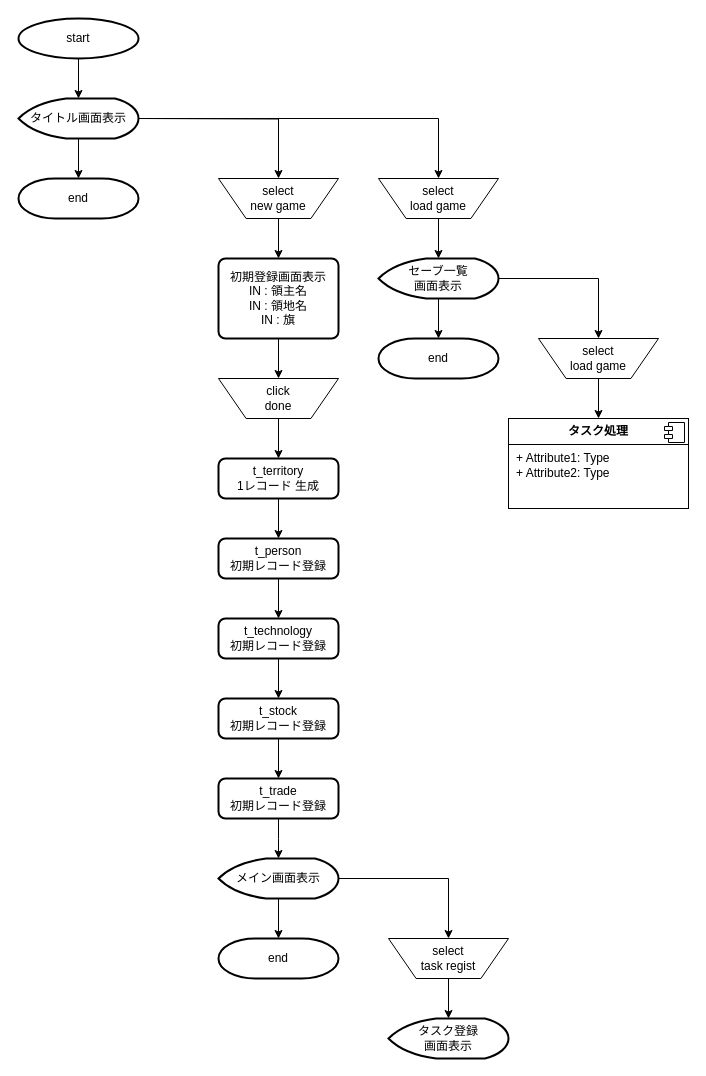
The draw.io diagram page "フローチャート" (2 of 4) of table.drawio in T-Miyaoka/geeklog, before the edit. Source tidied: cells renumbered, new cells numbered last; positions are measured from the earlier drawing's top-left corner, leaving out a move shared by most shapes. Both pictures are drawn from the tidied source at 100%, with x=0, y=0 at pixel (18, 18).
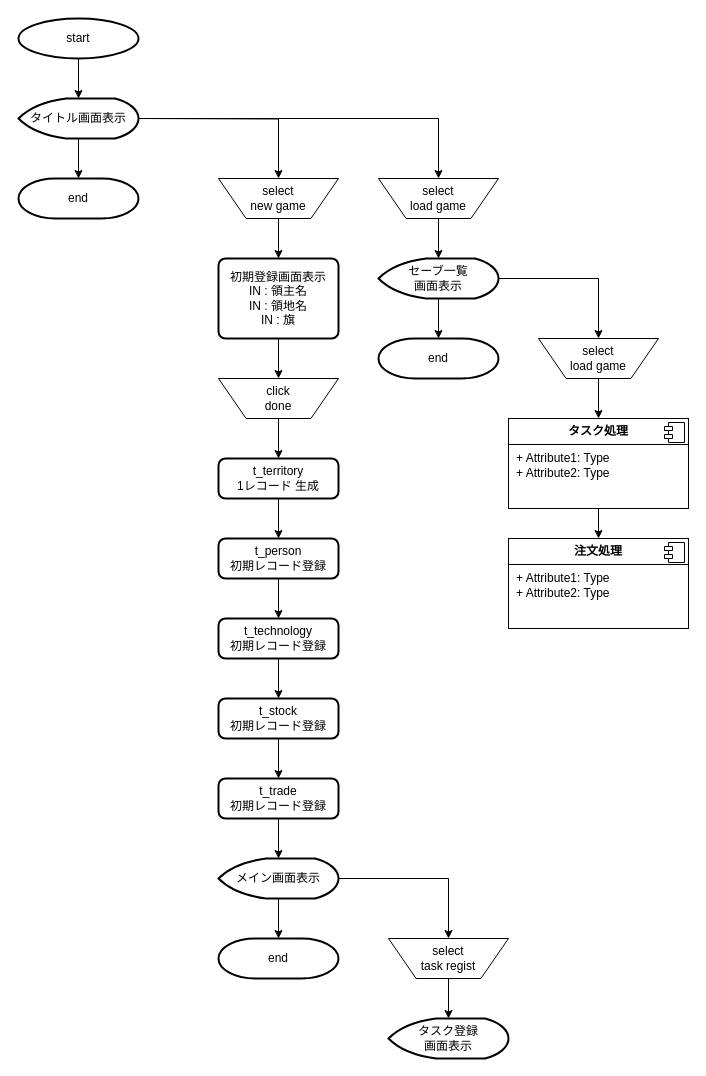
The same diagram, later.

Unchanged cells that the change refers to:
```xml
<mxCell id="36" value="&lt;p style=&quot;margin:0px;margin-top:6px;text-align:center;&quot;&gt;&lt;b&gt;タスク処理&lt;/b&gt;&lt;/p&gt;&lt;hr size=&quot;1&quot; style=&quot;border-style:solid;&quot;&gt;&lt;p style=&quot;margin:0px;margin-left:8px;&quot;&gt;+ Attribute1: Type&lt;br&gt;+ Attribute2: Type&lt;/p&gt;" style="align=left;overflow=fill;html=1;whiteSpace=wrap;" parent="1" vertex="1">
  <mxGeometry x="490" y="400" width="180" height="90" as="geometry" />
</mxCell>
```

The edit, as a diff of the source:
```diff
@@
+    <mxCell id="42" style="edgeStyle=orthogonalEdgeStyle;rounded=0;jettySize=auto;html=1;entryX=0.5;entryY=0;entryDx=0;entryDy=0;" parent="1" edge="1" source="36" target="43">
+      <mxGeometry relative="1" as="geometry" />
+    </mxCell>
@@
+    <mxCell id="43" value="&lt;p style=&quot;margin:0px;margin-top:6px;text-align:center;&quot;&gt;&lt;b&gt;注文処理&lt;/b&gt;&lt;/p&gt;&lt;hr size=&quot;1&quot; style=&quot;border-style:solid;&quot;&gt;&lt;p style=&quot;margin:0px;margin-left:8px;&quot;&gt;+ Attribute1: Type&lt;br&gt;+ Attribute2: Type&lt;/p&gt;" style="align=left;overflow=fill;html=1;whiteSpace=wrap;" parent="1" vertex="1">
+      <mxGeometry x="490" y="520" width="180" height="90" as="geometry" />
+    </mxCell>
+    <mxCell id="44" style="shape=component;jettyWidth=8;jettyHeight=4;" parent="43" vertex="1">
+      <mxGeometry x="1" width="20" height="20" relative="1" as="geometry">
+        <mxPoint x="-24" y="4" as="offset" />
+      </mxGeometry>
+    </mxCell>
```
